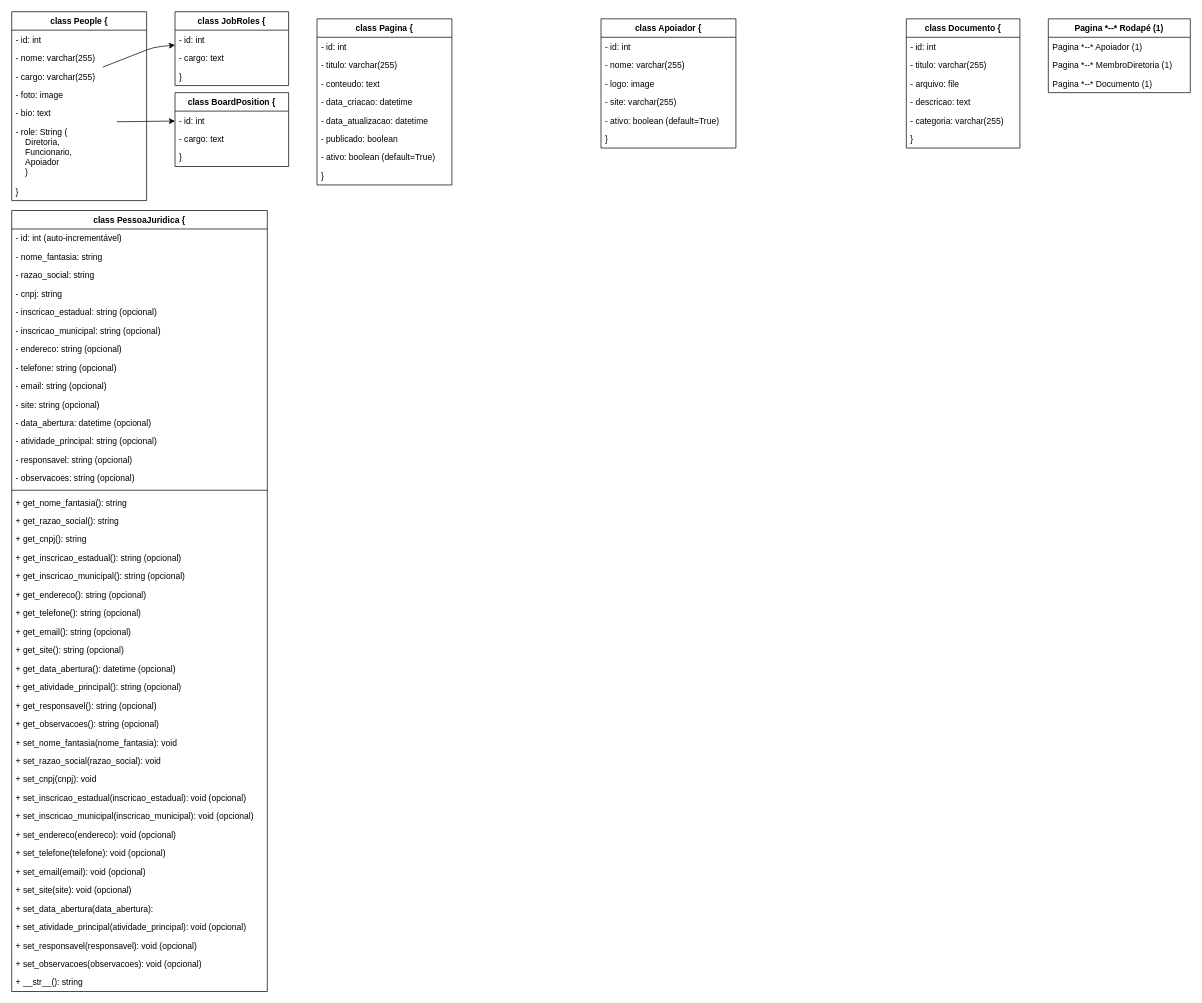
Earlier version of the draw.io diagram class_map.drawio (jonasaacampos/site_caa). Source tidied: cells renumbered, new cells numbered last; positions are measured from the earlier drawing's top-left corner, leaving out a move shared by most shapes. Both pictures are drawn from the tidied source at 71%, with x=0, y=0 at pixel (11, 11).
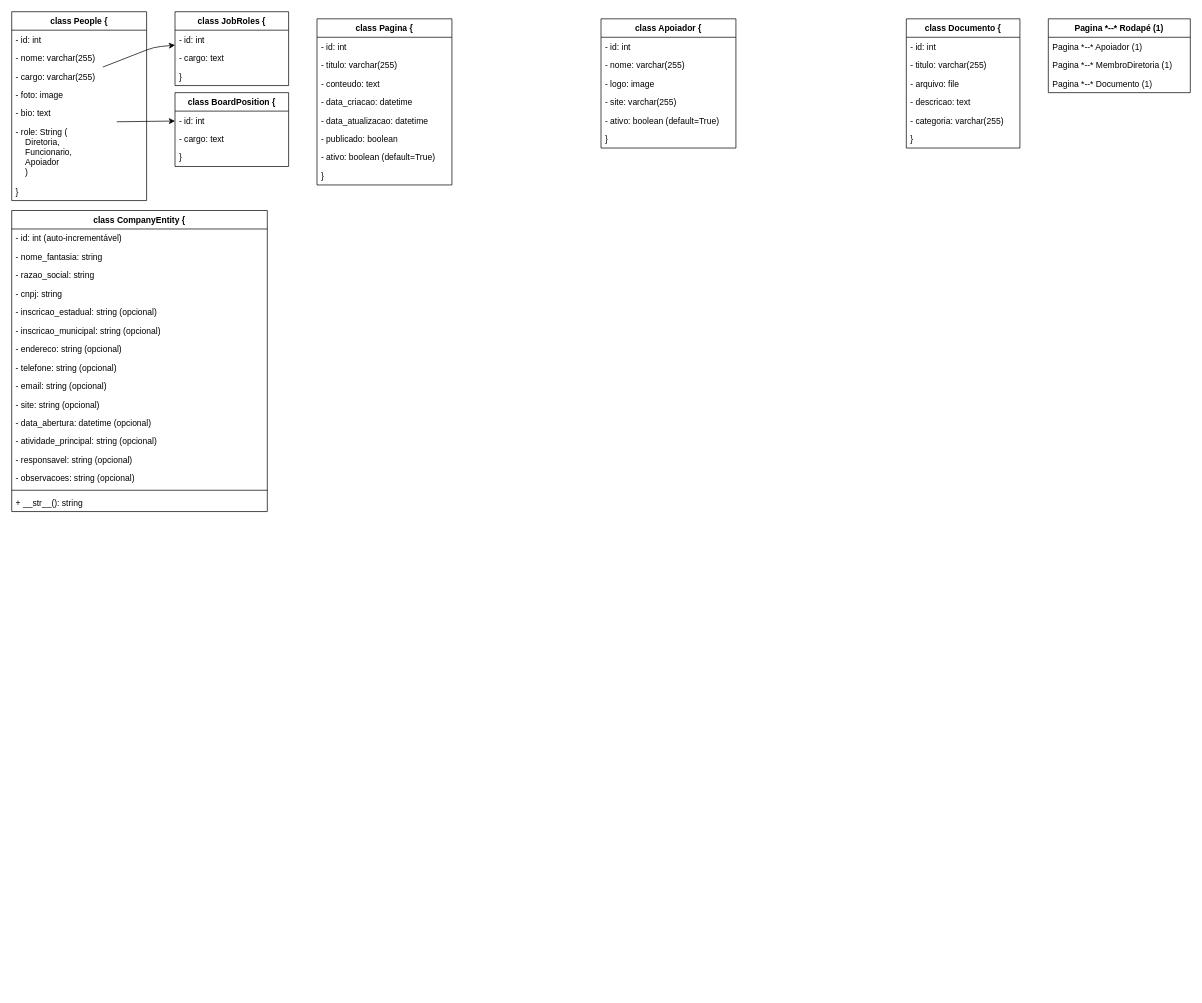
After the change.

Change to the diagram source:
```diff
@@
-    <mxCell id="47" value="class PessoaJuridica {" style="swimlane;fontStyle=1;horizontal=1;startSize=26;" parent="1" vertex="1">
-      <mxGeometry y="280" width="360" height="1100" as="geometry" />
+    <mxCell id="47" value="class CompanyEntity {" style="swimlane;fontStyle=1;horizontal=1;startSize=26;" parent="1" vertex="1">
+      <mxGeometry y="280" width="360" height="424" as="geometry" />
     </mxCell>
@@
-    <mxCell id="63" value="+ get_nome_fantasia(): string" style="text;strokeColor=none;fillColor=none;align=left;verticalAlign=top;spacingLeft=4;spacingRight=4;overflow=hidden;" parent="47" vertex="1">
-      <mxGeometry y="398" width="360" height="26" as="geometry" />
-    </mxCell>
-    <mxCell id="64" value="+ get_razao_social(): string" style="text;strokeColor=none;fillColor=none;align=left;verticalAlign=top;spacingLeft=4;spacingRight=4;overflow=hidden;" parent="47" vertex="1">
-      <mxGeometry y="424" width="360" height="26" as="geometry" />
-    </mxCell>
-    <mxCell id="65" value="+ get_cnpj(): string" style="text;strokeColor=none;fillColor=none;align=left;verticalAlign=top;spacingLeft=4;spacingRight=4;overflow=hidden;" parent="47" vertex="1">
-      <mxGeometry y="450" width="360" height="26" as="geometry" />
-    </mxCell>
-    <mxCell id="66" value="+ get_inscricao_estadual(): string (opcional)" style="text;strokeColor=none;fillColor=none;align=left;verticalAlign=top;spacingLeft=4;spacingRight=4;overflow=hidden;" parent="47" vertex="1">
-      <mxGeometry y="476" width="360" height="26" as="geometry" />
-    </mxCell>
-    <mxCell id="67" value="+ get_inscricao_municipal(): string (opcional)" style="text;strokeColor=none;fillColor=none;align=left;verticalAlign=top;spacingLeft=4;spacingRight=4;overflow=hidden;" parent="47" vertex="1">
-      <mxGeometry y="502" width="360" height="26" as="geometry" />
-    </mxCell>
-    <mxCell id="68" value="+ get_endereco(): string (opcional)" style="text;strokeColor=none;fillColor=none;align=left;verticalAlign=top;spacingLeft=4;spacingRight=4;overflow=hidden;" parent="47" vertex="1">
-      <mxGeometry y="528" width="360" height="26" as="geometry" />
-    </mxCell>
-    <mxCell id="69" value="+ get_telefone(): string (opcional)" style="text;strokeColor=none;fillColor=none;align=left;verticalAlign=top;spacingLeft=4;spacingRight=4;overflow=hidden;" parent="47" vertex="1">
-      <mxGeometry y="554" width="360" height="26" as="geometry" />
-    </mxCell>
-    <mxCell id="70" value="+ get_email(): string (opcional)" style="text;strokeColor=none;fillColor=none;align=left;verticalAlign=top;spacingLeft=4;spacingRight=4;overflow=hidden;" parent="47" vertex="1">
-      <mxGeometry y="580" width="360" height="26" as="geometry" />
-    </mxCell>
-    <mxCell id="71" value="+ get_site(): string (opcional)" style="text;strokeColor=none;fillColor=none;align=left;verticalAlign=top;spacingLeft=4;spacingRight=4;overflow=hidden;" parent="47" vertex="1">
-      <mxGeometry y="606" width="360" height="26" as="geometry" />
-    </mxCell>
-    <mxCell id="72" value="+ get_data_abertura(): datetime (opcional)" style="text;strokeColor=none;fillColor=none;align=left;verticalAlign=top;spacingLeft=4;spacingRight=4;overflow=hidden;" parent="47" vertex="1">
-      <mxGeometry y="632" width="360" height="26" as="geometry" />
-    </mxCell>
-    <mxCell id="73" value="+ get_atividade_principal(): string (opcional)" style="text;strokeColor=none;fillColor=none;align=left;verticalAlign=top;spacingLeft=4;spacingRight=4;overflow=hidden;" parent="47" vertex="1">
-      <mxGeometry y="658" width="360" height="26" as="geometry" />
-    </mxCell>
-    <mxCell id="74" value="+ get_responsavel(): string (opcional)" style="text;strokeColor=none;fillColor=none;align=left;verticalAlign=top;spacingLeft=4;spacingRight=4;overflow=hidden;" parent="47" vertex="1">
-      <mxGeometry y="684" width="360" height="26" as="geometry" />
-    </mxCell>
-    <mxCell id="75" value="+ get_observacoes(): string (opcional)" style="text;strokeColor=none;fillColor=none;align=left;verticalAlign=top;spacingLeft=4;spacingRight=4;overflow=hidden;" parent="47" vertex="1">
-      <mxGeometry y="710" width="360" height="26" as="geometry" />
-    </mxCell>
-    <mxCell id="76" value="+ set_nome_fantasia(nome_fantasia): void" style="text;strokeColor=none;fillColor=none;align=left;verticalAlign=top;spacingLeft=4;spacingRight=4;overflow=hidden;" parent="47" vertex="1">
-      <mxGeometry y="736" width="360" height="26" as="geometry" />
-    </mxCell>
-    <mxCell id="77" value="+ set_razao_social(razao_social): void" style="text;strokeColor=none;fillColor=none;align=left;verticalAlign=top;spacingLeft=4;spacingRight=4;overflow=hidden;" parent="47" vertex="1">
-      <mxGeometry y="762" width="360" height="26" as="geometry" />
-    </mxCell>
-    <mxCell id="78" value="+ set_cnpj(cnpj): void" style="text;strokeColor=none;fillColor=none;align=left;verticalAlign=top;spacingLeft=4;spacingRight=4;overflow=hidden;" parent="47" vertex="1">
-      <mxGeometry y="788" width="360" height="26" as="geometry" />
-    </mxCell>
-    <mxCell id="79" value="+ set_inscricao_estadual(inscricao_estadual): void (opcional)" style="text;strokeColor=none;fillColor=none;align=left;verticalAlign=top;spacingLeft=4;spacingRight=4;overflow=hidden;" parent="47" vertex="1">
-      <mxGeometry y="814" width="360" height="26" as="geometry" />
-    </mxCell>
-    <mxCell id="80" value="+ set_inscricao_municipal(inscricao_municipal): void (opcional)" style="text;strokeColor=none;fillColor=none;align=left;verticalAlign=top;spacingLeft=4;spacingRight=4;overflow=hidden;" parent="47" vertex="1">
-      <mxGeometry y="840" width="360" height="26" as="geometry" />
-    </mxCell>
-    <mxCell id="81" value="+ set_endereco(endereco): void (opcional)" style="text;strokeColor=none;fillColor=none;align=left;verticalAlign=top;spacingLeft=4;spacingRight=4;overflow=hidden;" parent="47" vertex="1">
-      <mxGeometry y="866" width="360" height="26" as="geometry" />
-    </mxCell>
-    <mxCell id="82" value="+ set_telefone(telefone): void (opcional)" style="text;strokeColor=none;fillColor=none;align=left;verticalAlign=top;spacingLeft=4;spacingRight=4;overflow=hidden;" parent="47" vertex="1">
-      <mxGeometry y="892" width="360" height="26" as="geometry" />
-    </mxCell>
-    <mxCell id="83" value="+ set_email(email): void (opcional)" style="text;strokeColor=none;fillColor=none;align=left;verticalAlign=top;spacingLeft=4;spacingRight=4;overflow=hidden;" parent="47" vertex="1">
-      <mxGeometry y="918" width="360" height="26" as="geometry" />
-    </mxCell>
-    <mxCell id="84" value="+ set_site(site): void (opcional)" style="text;strokeColor=none;fillColor=none;align=left;verticalAlign=top;spacingLeft=4;spacingRight=4;overflow=hidden;" parent="47" vertex="1">
-      <mxGeometry y="944" width="360" height="26" as="geometry" />
-    </mxCell>
-    <mxCell id="85" value="+ set_data_abertura(data_abertura):" style="text;strokeColor=none;fillColor=none;align=left;verticalAlign=top;spacingLeft=4;spacingRight=4;overflow=hidden;" parent="47" vertex="1">
-      <mxGeometry y="970" width="360" height="26" as="geometry" />
-    </mxCell>
-    <mxCell id="86" value="+ set_atividade_principal(atividade_principal): void (opcional)" style="text;strokeColor=none;fillColor=none;align=left;verticalAlign=top;spacingLeft=4;spacingRight=4;overflow=hidden;" parent="47" vertex="1">
-      <mxGeometry y="996" width="360" height="26" as="geometry" />
-    </mxCell>
-    <mxCell id="87" value="+ set_responsavel(responsavel): void (opcional)" style="text;strokeColor=none;fillColor=none;align=left;verticalAlign=top;spacingLeft=4;spacingRight=4;overflow=hidden;" parent="47" vertex="1">
-      <mxGeometry y="1022" width="360" height="26" as="geometry" />
-    </mxCell>
-    <mxCell id="88" value="+ set_observacoes(observacoes): void (opcional)" style="text;strokeColor=none;fillColor=none;align=left;verticalAlign=top;spacingLeft=4;spacingRight=4;overflow=hidden;" parent="47" vertex="1">
-      <mxGeometry y="1048" width="360" height="26" as="geometry" />
-    </mxCell>
     <mxCell id="89" value="+ __str__(): string" style="text;strokeColor=none;fillColor=none;align=left;verticalAlign=top;spacingLeft=4;spacingRight=4;overflow=hidden;" parent="47" vertex="1">
-      <mxGeometry y="1074" width="360" height="26" as="geometry" />
+      <mxGeometry y="398" width="360" height="26" as="geometry" />
     </mxCell>
```
